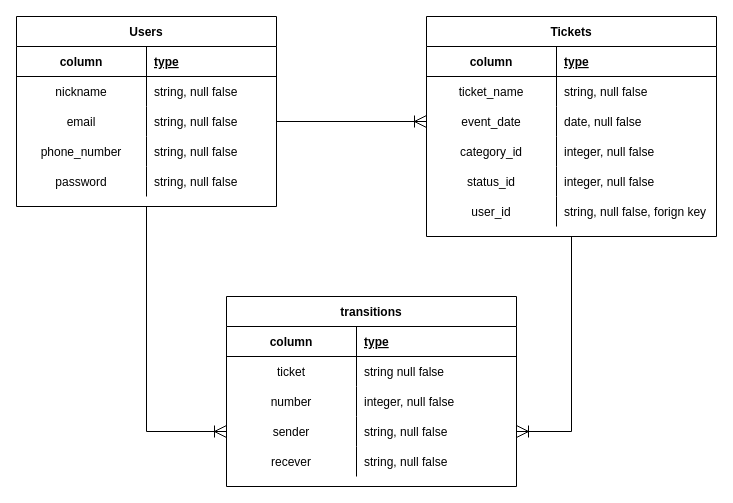
Before: ticket_transfer_app.dio in yuyakawai0411/auth-ticket-transfer, a draw.io diagram. Source tidied: cells renumbered, new cells numbered last; positions are measured from the earlier drawing's top-left corner, leaving out a move shared by most shapes. Both pictures are drawn from the tidied source at 100%, with x=0, y=0 at pixel (16, 16).
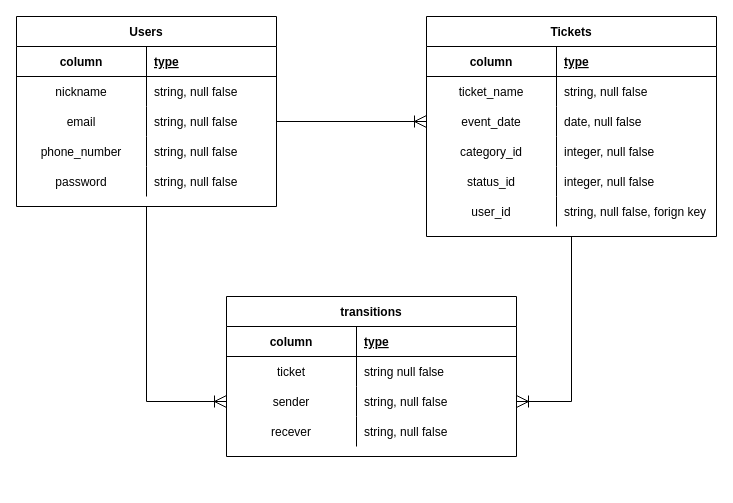
After the change.

The edit, as a diff of the source:
```diff
@@
     <mxCell id="40" value="transitions" style="shape=table;startSize=30;childLayout=tableLayout;rowLines=0;fontStyle=1;align=center;" parent="1" vertex="1">
-      <mxGeometry x="210" y="280" width="290" height="190" as="geometry" />
+      <mxGeometry x="210" y="280" width="290" height="160" as="geometry" />
     </mxCell>
@@
-    <mxCell id="47" style="shape=partialRectangle;fillColor=none;top=0;left=0;bottom=0;right=0;" parent="40" vertex="1">
-      <mxGeometry y="90" width="290" height="30" as="geometry" />
-    </mxCell>
-    <mxCell id="48" value="number" style="shape=partialRectangle;fillColor=none;top=0;left=0;bottom=0;right=0;overflow=hidden;" parent="47" vertex="1">
-      <mxGeometry width="130" height="30" as="geometry" />
-    </mxCell>
-    <mxCell id="49" value="integer, null false " style="shape=partialRectangle;fillColor=none;top=0;left=0;bottom=0;right=0;align=left;spacingLeft=6;overflow=hidden;" parent="47" vertex="1">
-      <mxGeometry x="130" width="160" height="30" as="geometry" />
-    </mxCell>
     <mxCell id="50" style="shape=partialRectangle;fillColor=none;top=0;left=0;bottom=0;right=0;points=[[0,0.5],[1,0.5]];portConstraint=eastwest;" parent="40" vertex="1">
-      <mxGeometry y="120" width="290" height="30" as="geometry" />
+      <mxGeometry y="90" width="290" height="30" as="geometry" />
     </mxCell>
@@
     <mxCell id="53" style="shape=partialRectangle;fillColor=none;top=0;left=0;bottom=0;right=0;" parent="40" vertex="1">
-      <mxGeometry y="150" width="290" height="30" as="geometry" />
+      <mxGeometry y="120" width="290" height="30" as="geometry" />
     </mxCell>
```
